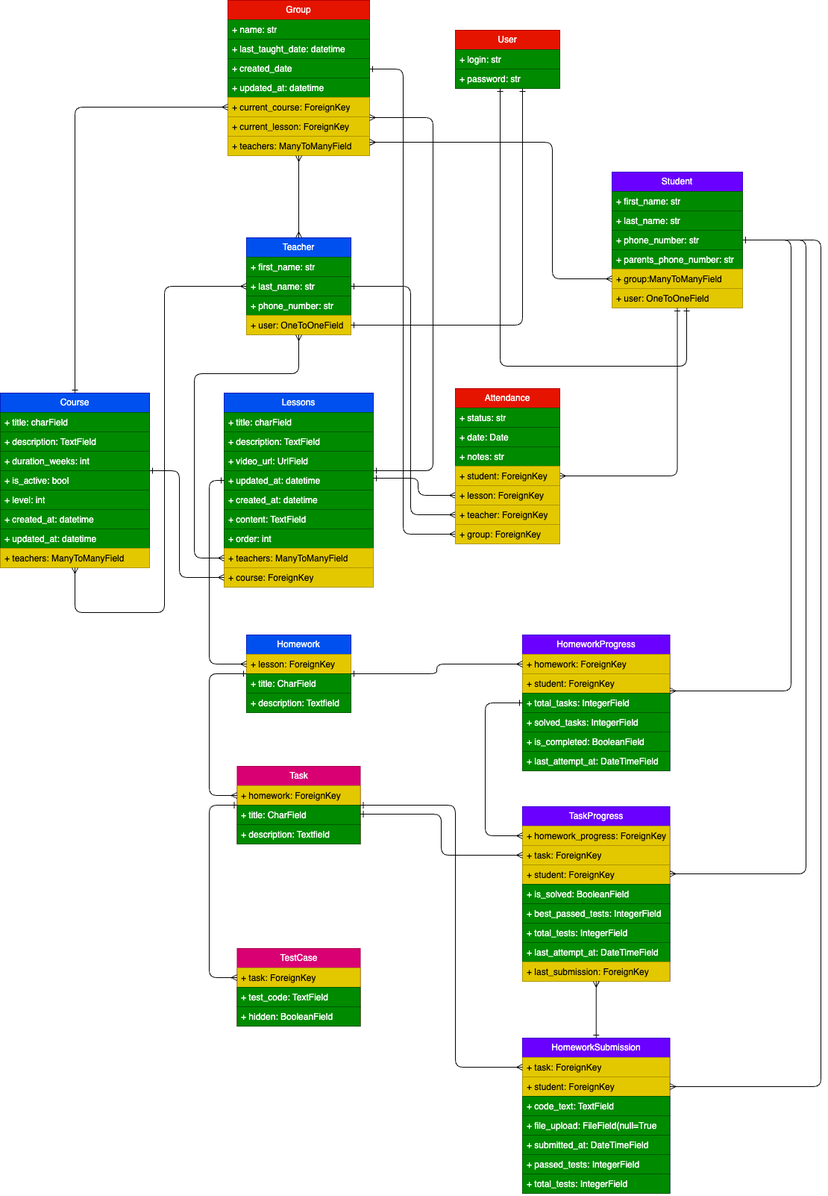
This is models.png from Sanjarbek17/codeschool_backend, a draw.io export, as it was before one commit. Source tidied: cells renumbered, new cells last; positions are measured from the earlier drawing's top-left corner, leaving out a move shared by most shapes.
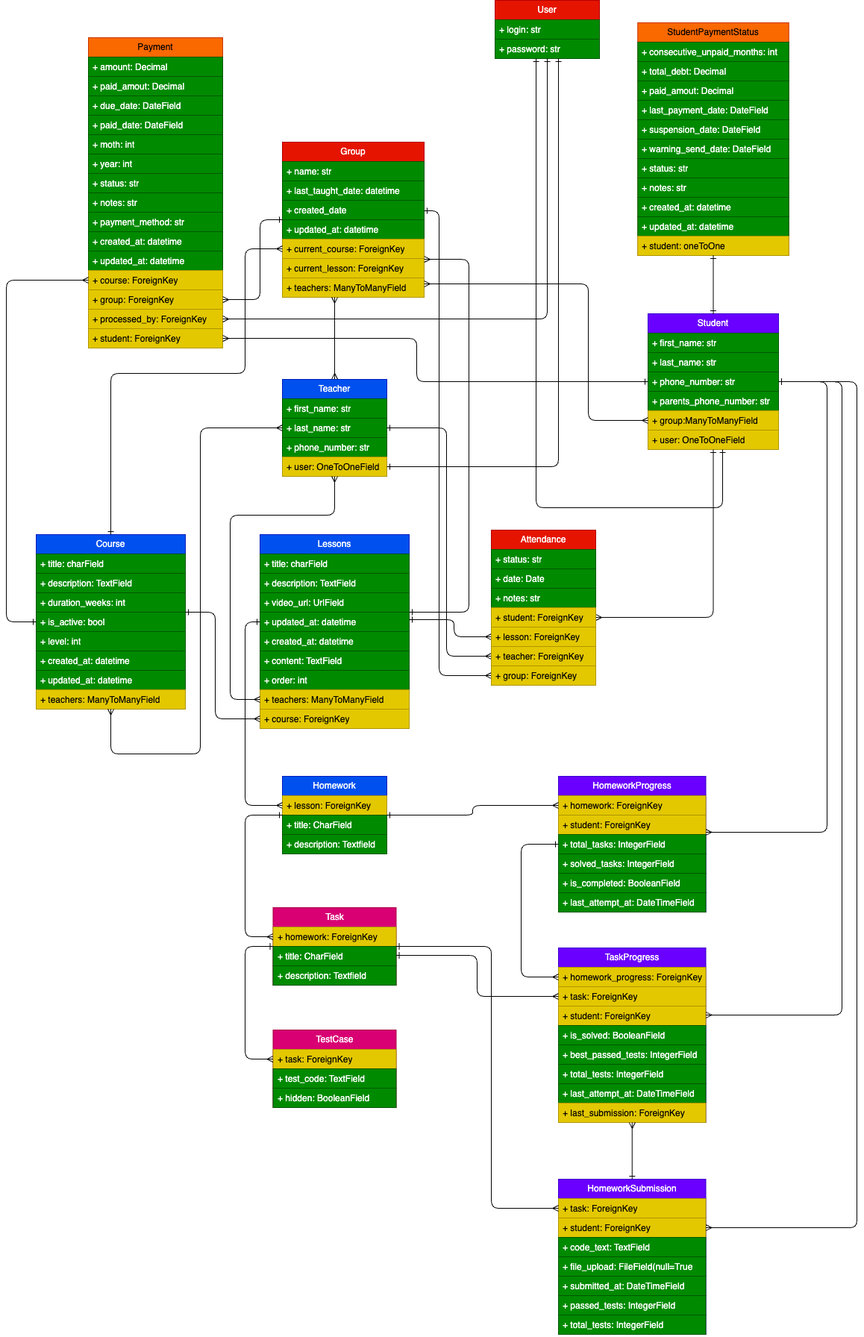
Above is the later version.

Commit message:
New models added to models draw image

Diff of the diagram source:
```diff
@@ -3,7 +3,7 @@
     <mxCell id="0" />
     <mxCell id="1" parent="0" />
     <mxCell id="2" value="User" style="swimlane;fontStyle=0;horizontal=1;startSize=26;fillColor=#e51400;whiteSpace=wrap;html=1;fontColor=#ffffff;strokeColor=#B20000;" parent="1" vertex="1">
-      <mxGeometry x="610" y="40" width="140" height="78" as="geometry" />
+      <mxGeometry x="615" y="-190" width="140" height="78" as="geometry" />
     </mxCell>
     <mxCell id="3" value="+ login: str" style="text;strokeColor=#005700;fillColor=#008a00;align=left;verticalAlign=top;spacingLeft=4;spacingRight=4;overflow=hidden;whiteSpace=wrap;html=1;fontColor=#ffffff;" parent="2" vertex="1">
       <mxGeometry y="26" width="140" height="26" as="geometry" />
@@ -194,7 +194,7 @@
       </mxGeometry>
     </mxCell>
     <mxCell id="57" value="TestCase" style="swimlane;fontStyle=0;horizontal=1;startSize=26;fillColor=#d80073;whiteSpace=wrap;html=1;fontColor=#ffffff;strokeColor=#A50040;" parent="1" vertex="1">
-      <mxGeometry x="317.5" y="1270" width="165" height="104" as="geometry" />
+      <mxGeometry x="317.5" y="1190" width="165" height="104" as="geometry" />
     </mxCell>
     <mxCell id="58" value="+ task: ForeignKey" style="text;strokeColor=#B09500;fillColor=#e3c800;align=left;verticalAlign=top;spacingLeft=4;spacingRight=4;overflow=hidden;points=[[0,0.5],[1,0.5]];portConstraint=eastwest;whiteSpace=wrap;html=1;fontColor=#000000;" parent="57" vertex="1">
       <mxGeometry y="26" width="165" height="26" as="geometry" />
@@ -216,7 +216,7 @@
     <mxCell id="62" style="edgeStyle=orthogonalEdgeStyle;html=1;endArrow=ERone;endFill=0;startArrow=ERmany;startFill=0;" parent="1" edge="1" source="58" target="39">
       <mxGeometry relative="1" as="geometry">
         <Array as="points">
-          <mxPoint x="280" y="1309" />
+          <mxPoint x="280" y="1229" />
           <mxPoint x="280" y="1078" />
         </Array>
       </mxGeometry>
@@ -278,7 +278,7 @@
       </mxGeometry>
     </mxCell>
     <mxCell id="75" value="Group" style="swimlane;fontStyle=0;horizontal=1;startSize=26;fillColor=#e51400;whiteSpace=wrap;html=1;fontColor=#ffffff;strokeColor=#B20000;" parent="1" vertex="1">
-      <mxGeometry x="305" width="190" height="208" as="geometry" />
+      <mxGeometry x="330" width="190" height="208" as="geometry" />
     </mxCell>
     <mxCell id="76" value="+ name: str" style="text;strokeColor=#005700;fillColor=#008a00;align=left;verticalAlign=top;spacingLeft=4;spacingRight=4;overflow=hidden;whiteSpace=wrap;html=1;fontColor=#ffffff;" parent="75" vertex="1">
       <mxGeometry y="26" width="190" height="26" as="geometry" />
@@ -421,7 +421,13 @@
       <mxGeometry y="182" width="140" height="26" as="geometry" />
     </mxCell>
     <mxCell id="109" style="edgeStyle=orthogonalEdgeStyle;html=1;endArrow=ERone;endFill=0;startArrow=ERmany;startFill=0;" parent="1" edge="1" source="80" target="86">
-      <mxGeometry relative="1" as="geometry" />
+      <mxGeometry relative="1" as="geometry">
+        <Array as="points">
+          <mxPoint x="280" y="143" />
+          <mxPoint x="280" y="310" />
+          <mxPoint x="100" y="310" />
+        </Array>
+      </mxGeometry>
     </mxCell>
     <mxCell id="110" style="edgeStyle=orthogonalEdgeStyle;html=1;endArrow=ERone;endFill=0;startArrow=ERmany;startFill=0;" parent="1" edge="1" source="81" target="17">
       <mxGeometry relative="1" as="geometry">
@@ -439,5 +445,124 @@
         </Array>
       </mxGeometry>
     </mxCell>
+    <mxCell id="112" value="Payment" style="swimlane;fontStyle=0;horizontal=1;startSize=26;fillColor=#fa6800;whiteSpace=wrap;html=1;fontColor=#000000;strokeColor=#C73500;" parent="1" vertex="1">
+      <mxGeometry x="70" y="-140" width="180" height="416" as="geometry" />
+    </mxCell>
+    <mxCell id="113" value="+ amount: Decimal" style="text;strokeColor=#005700;fillColor=#008a00;align=left;verticalAlign=top;spacingLeft=4;spacingRight=4;overflow=hidden;whiteSpace=wrap;html=1;fontColor=#ffffff;" parent="112" vertex="1">
+      <mxGeometry y="26" width="180" height="26" as="geometry" />
+    </mxCell>
+    <mxCell id="114" value="+ paid_amout: Decimal" style="text;strokeColor=#005700;fillColor=#008a00;align=left;verticalAlign=top;spacingLeft=4;spacingRight=4;overflow=hidden;whiteSpace=wrap;html=1;fontColor=#ffffff;" parent="112" vertex="1">
+      <mxGeometry y="52" width="180" height="26" as="geometry" />
+    </mxCell>
+    <mxCell id="115" value="+ due_date: DateField" style="text;strokeColor=#005700;fillColor=#008a00;align=left;verticalAlign=top;spacingLeft=4;spacingRight=4;overflow=hidden;whiteSpace=wrap;html=1;fontColor=#ffffff;" parent="112" vertex="1">
+      <mxGeometry y="78" width="180" height="26" as="geometry" />
+    </mxCell>
+    <mxCell id="116" value="+ paid_date: DateField" style="text;strokeColor=#005700;fillColor=#008a00;align=left;verticalAlign=top;spacingLeft=4;spacingRight=4;overflow=hidden;whiteSpace=wrap;html=1;fontColor=#ffffff;" parent="112" vertex="1">
+      <mxGeometry y="104" width="180" height="26" as="geometry" />
+    </mxCell>
+    <mxCell id="117" value="+ moth: int" style="text;strokeColor=#005700;fillColor=#008a00;align=left;verticalAlign=top;spacingLeft=4;spacingRight=4;overflow=hidden;whiteSpace=wrap;html=1;fontColor=#ffffff;" parent="112" vertex="1">
+      <mxGeometry y="130" width="180" height="26" as="geometry" />
+    </mxCell>
+    <mxCell id="118" value="+ year: int" style="text;strokeColor=#005700;fillColor=#008a00;align=left;verticalAlign=top;spacingLeft=4;spacingRight=4;overflow=hidden;whiteSpace=wrap;html=1;fontColor=#ffffff;" parent="112" vertex="1">
+      <mxGeometry y="156" width="180" height="26" as="geometry" />
+    </mxCell>
+    <mxCell id="119" value="+ status: str" style="text;strokeColor=#005700;fillColor=#008a00;align=left;verticalAlign=top;spacingLeft=4;spacingRight=4;overflow=hidden;whiteSpace=wrap;html=1;fontColor=#ffffff;" parent="112" vertex="1">
+      <mxGeometry y="182" width="180" height="26" as="geometry" />
+    </mxCell>
+    <mxCell id="120" value="+ notes: str" style="text;strokeColor=#005700;fillColor=#008a00;align=left;verticalAlign=top;spacingLeft=4;spacingRight=4;overflow=hidden;whiteSpace=wrap;html=1;fontColor=#ffffff;" parent="112" vertex="1">
+      <mxGeometry y="208" width="180" height="26" as="geometry" />
+    </mxCell>
+    <mxCell id="121" value="+ payment_method: str" style="text;strokeColor=#005700;fillColor=#008a00;align=left;verticalAlign=top;spacingLeft=4;spacingRight=4;overflow=hidden;whiteSpace=wrap;html=1;fontColor=#ffffff;" parent="112" vertex="1">
+      <mxGeometry y="234" width="180" height="26" as="geometry" />
+    </mxCell>
+    <mxCell id="122" value="+ created_at: datetime" style="text;strokeColor=#005700;fillColor=#008a00;align=left;verticalAlign=top;spacingLeft=4;spacingRight=4;overflow=hidden;whiteSpace=wrap;html=1;fontColor=#ffffff;" parent="112" vertex="1">
+      <mxGeometry y="260" width="180" height="26" as="geometry" />
+    </mxCell>
+    <mxCell id="123" value="+ updated_at: datetime" style="text;strokeColor=#005700;fillColor=#008a00;align=left;verticalAlign=top;spacingLeft=4;spacingRight=4;overflow=hidden;whiteSpace=wrap;html=1;fontColor=#ffffff;" parent="112" vertex="1">
+      <mxGeometry y="286" width="180" height="26" as="geometry" />
+    </mxCell>
+    <mxCell id="124" value="+ course: ForeignKey" style="text;strokeColor=#B09500;fillColor=#e3c800;align=left;verticalAlign=top;spacingLeft=4;spacingRight=4;overflow=hidden;points=[[0,0.5],[1,0.5]];portConstraint=eastwest;whiteSpace=wrap;html=1;fontColor=#000000;" parent="112" vertex="1">
+      <mxGeometry y="312" width="180" height="26" as="geometry" />
+    </mxCell>
+    <mxCell id="125" value="+ group: ForeignKey" style="text;strokeColor=#B09500;fillColor=#e3c800;align=left;verticalAlign=top;spacingLeft=4;spacingRight=4;overflow=hidden;points=[[0,0.5],[1,0.5]];portConstraint=eastwest;whiteSpace=wrap;html=1;fontColor=#000000;" parent="112" vertex="1">
+      <mxGeometry y="338" width="180" height="26" as="geometry" />
+    </mxCell>
+    <mxCell id="126" value="+ processed_by: ForeignKey" style="text;strokeColor=#B09500;fillColor=#e3c800;align=left;verticalAlign=top;spacingLeft=4;spacingRight=4;overflow=hidden;points=[[0,0.5],[1,0.5]];portConstraint=eastwest;whiteSpace=wrap;html=1;fontColor=#000000;" parent="112" vertex="1">
+      <mxGeometry y="364" width="180" height="26" as="geometry" />
+    </mxCell>
+    <mxCell id="127" value="+ student: ForeignKey" style="text;strokeColor=#B09500;fillColor=#e3c800;align=left;verticalAlign=top;spacingLeft=4;spacingRight=4;overflow=hidden;points=[[0,0.5],[1,0.5]];portConstraint=eastwest;whiteSpace=wrap;html=1;fontColor=#000000;" parent="112" vertex="1">
+      <mxGeometry y="390" width="180" height="26" as="geometry" />
+    </mxCell>
+    <mxCell id="128" style="edgeStyle=orthogonalEdgeStyle;html=1;endArrow=ERone;endFill=0;startArrow=ERmany;startFill=0;" parent="1" edge="1" source="127" target="10">
+      <mxGeometry relative="1" as="geometry">
+        <Array as="points">
+          <mxPoint x="510" y="263" />
+          <mxPoint x="510" y="321" />
+        </Array>
+      </mxGeometry>
+    </mxCell>
+    <mxCell id="129" style="edgeStyle=orthogonalEdgeStyle;html=1;endArrow=ERone;endFill=0;startArrow=ERmany;startFill=0;" parent="1" edge="1" source="126" target="2">
+      <mxGeometry relative="1" as="geometry" />
+    </mxCell>
+    <mxCell id="130" style="edgeStyle=orthogonalEdgeStyle;html=1;endArrow=ERone;endFill=0;startArrow=ERmany;startFill=0;" parent="1" edge="1" source="125" target="75">
+      <mxGeometry relative="1" as="geometry">
+        <Array as="points">
+          <mxPoint x="300" y="211" />
+          <mxPoint x="300" y="104" />
+        </Array>
+      </mxGeometry>
+    </mxCell>
+    <mxCell id="131" style="edgeStyle=orthogonalEdgeStyle;html=1;endArrow=ERone;endFill=0;startArrow=ERmany;startFill=0;" parent="1" edge="1" source="124" target="86">
+      <mxGeometry relative="1" as="geometry">
+        <Array as="points">
+          <mxPoint x="-40" y="185" />
+          <mxPoint x="-40" y="643" />
+        </Array>
+      </mxGeometry>
+    </mxCell>
+    <mxCell id="132" value="StudentPaymentStatus" style="swimlane;fontStyle=0;horizontal=1;startSize=26;fillColor=#fa6800;whiteSpace=wrap;html=1;fontColor=#000000;strokeColor=#C73500;" parent="1" vertex="1">
+      <mxGeometry x="806.2" y="-160" width="202.5" height="312" as="geometry" />
+    </mxCell>
+    <mxCell id="133" value="+ consecutive_unpaid_months: int" style="text;strokeColor=#005700;fillColor=#008a00;align=left;verticalAlign=top;spacingLeft=4;spacingRight=4;overflow=hidden;whiteSpace=wrap;html=1;fontColor=#ffffff;" parent="132" vertex="1">
+      <mxGeometry y="26" width="202.5" height="26" as="geometry" />
+    </mxCell>
+    <mxCell id="134" value="+ total_debt: Decimal" style="text;strokeColor=#005700;fillColor=#008a00;align=left;verticalAlign=top;spacingLeft=4;spacingRight=4;overflow=hidden;whiteSpace=wrap;html=1;fontColor=#ffffff;" parent="132" vertex="1">
+      <mxGeometry y="52" width="202.5" height="26" as="geometry" />
+    </mxCell>
+    <mxCell id="135" value="+ paid_amout: Decimal" style="text;strokeColor=#005700;fillColor=#008a00;align=left;verticalAlign=top;spacingLeft=4;spacingRight=4;overflow=hidden;whiteSpace=wrap;html=1;fontColor=#ffffff;" parent="132" vertex="1">
+      <mxGeometry y="78" width="202.5" height="26" as="geometry" />
+    </mxCell>
+    <mxCell id="136" value="+ last_payment_date: DateField" style="text;strokeColor=#005700;fillColor=#008a00;align=left;verticalAlign=top;spacingLeft=4;spacingRight=4;overflow=hidden;whiteSpace=wrap;html=1;fontColor=#ffffff;" parent="132" vertex="1">
+      <mxGeometry y="104" width="202.5" height="26" as="geometry" />
+    </mxCell>
+    <mxCell id="137" value="+ suspension_date: DateField" style="text;strokeColor=#005700;fillColor=#008a00;align=left;verticalAlign=top;spacingLeft=4;spacingRight=4;overflow=hidden;whiteSpace=wrap;html=1;fontColor=#ffffff;" parent="132" vertex="1">
+      <mxGeometry y="130" width="202.5" height="26" as="geometry" />
+    </mxCell>
+    <mxCell id="138" value="+ warning_send_date: DateField" style="text;strokeColor=#005700;fillColor=#008a00;align=left;verticalAlign=top;spacingLeft=4;spacingRight=4;overflow=hidden;whiteSpace=wrap;html=1;fontColor=#ffffff;" parent="132" vertex="1">
+      <mxGeometry y="156" width="202.5" height="26" as="geometry" />
+    </mxCell>
+    <mxCell id="139" value="+ status: str" style="text;strokeColor=#005700;fillColor=#008a00;align=left;verticalAlign=top;spacingLeft=4;spacingRight=4;overflow=hidden;whiteSpace=wrap;html=1;fontColor=#ffffff;" parent="132" vertex="1">
+      <mxGeometry y="182" width="202.5" height="26" as="geometry" />
+    </mxCell>
+    <mxCell id="140" value="+ notes: str" style="text;strokeColor=#005700;fillColor=#008a00;align=left;verticalAlign=top;spacingLeft=4;spacingRight=4;overflow=hidden;whiteSpace=wrap;html=1;fontColor=#ffffff;" parent="132" vertex="1">
+      <mxGeometry y="208" width="202.5" height="26" as="geometry" />
+    </mxCell>
+    <mxCell id="141" value="+ created_at: datetime" style="text;strokeColor=#005700;fillColor=#008a00;align=left;verticalAlign=top;spacingLeft=4;spacingRight=4;overflow=hidden;whiteSpace=wrap;html=1;fontColor=#ffffff;" parent="132" vertex="1">
+      <mxGeometry y="234" width="202.5" height="26" as="geometry" />
+    </mxCell>
+    <mxCell id="142" value="+ updated_at: datetime" style="text;strokeColor=#005700;fillColor=#008a00;align=left;verticalAlign=top;spacingLeft=4;spacingRight=4;overflow=hidden;whiteSpace=wrap;html=1;fontColor=#ffffff;" parent="132" vertex="1">
+      <mxGeometry y="260" width="202.5" height="26" as="geometry" />
+    </mxCell>
+    <mxCell id="143" value="+ student: oneToOne" style="text;strokeColor=#B09500;fillColor=#e3c800;align=left;verticalAlign=top;spacingLeft=4;spacingRight=4;overflow=hidden;points=[[0,0.5],[1,0.5]];portConstraint=eastwest;whiteSpace=wrap;html=1;fontColor=#000000;" parent="132" vertex="1">
+      <mxGeometry y="286" width="202.5" height="26" as="geometry" />
+    </mxCell>
+    <mxCell id="144" style="edgeStyle=orthogonalEdgeStyle;html=1;endArrow=ERone;endFill=0;startArrow=ERone;startFill=0;" parent="1" edge="1" source="143" target="10">
+      <mxGeometry relative="1" as="geometry">
+        <Array as="points">
+          <mxPoint x="908" y="140" />
+          <mxPoint x="908" y="140" />
+        </Array>
+      </mxGeometry>
+    </mxCell>
   </root>
 </mxGraphModel>
```
